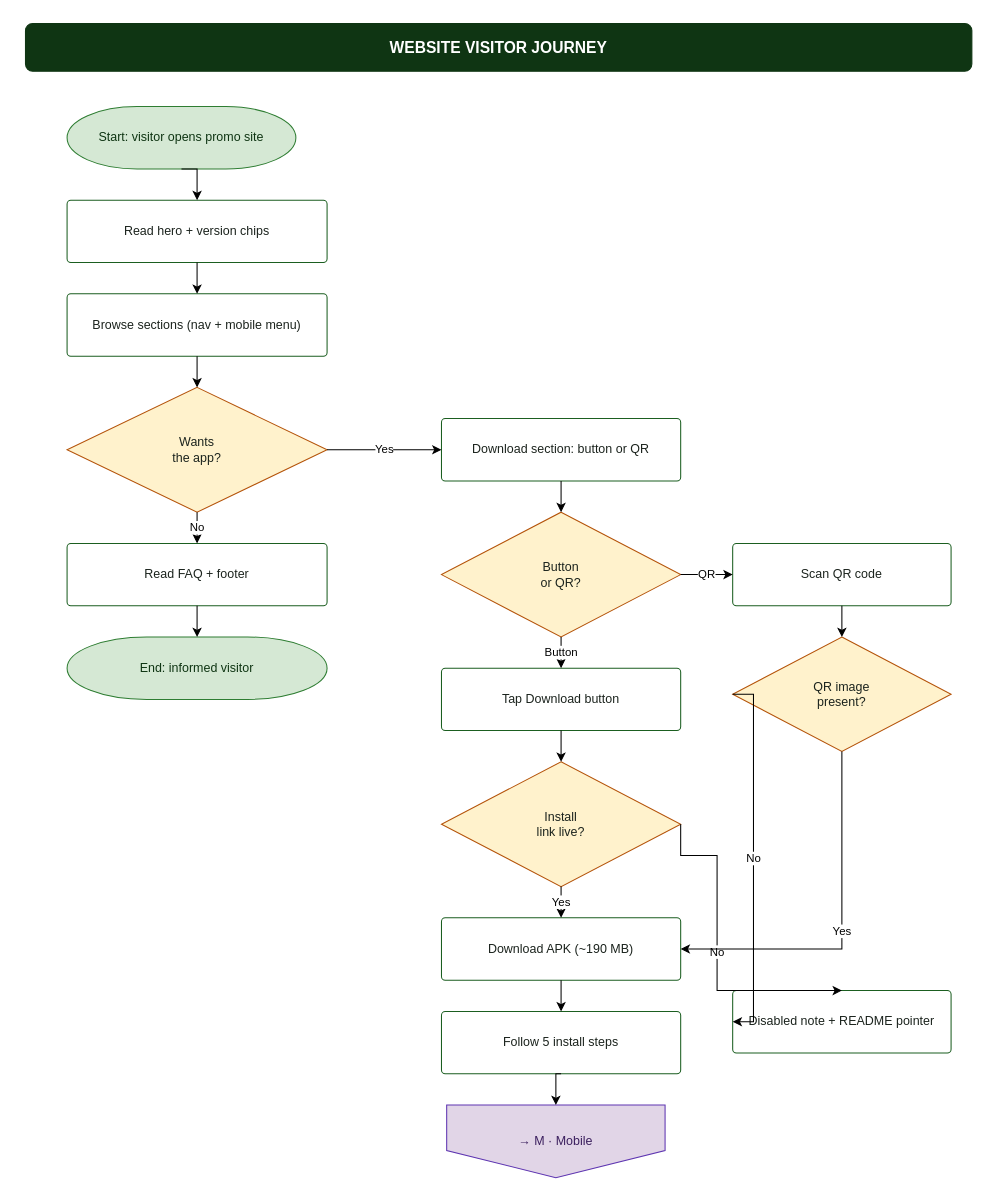
Before: page "Website — Visitor Journey" (2 of 2) of docs/reunio-website-flow.drawio in dibidjims17/Alumni-System, a draw.io diagram. Source tidied: cells renumbered, new cells numbered last; positions are measured from the earlier drawing's top-left corner, leaving out a move shared by most shapes. Both pictures are drawn from the tidied source at 104%, with x=0, y=0 at pixel (25, 23).
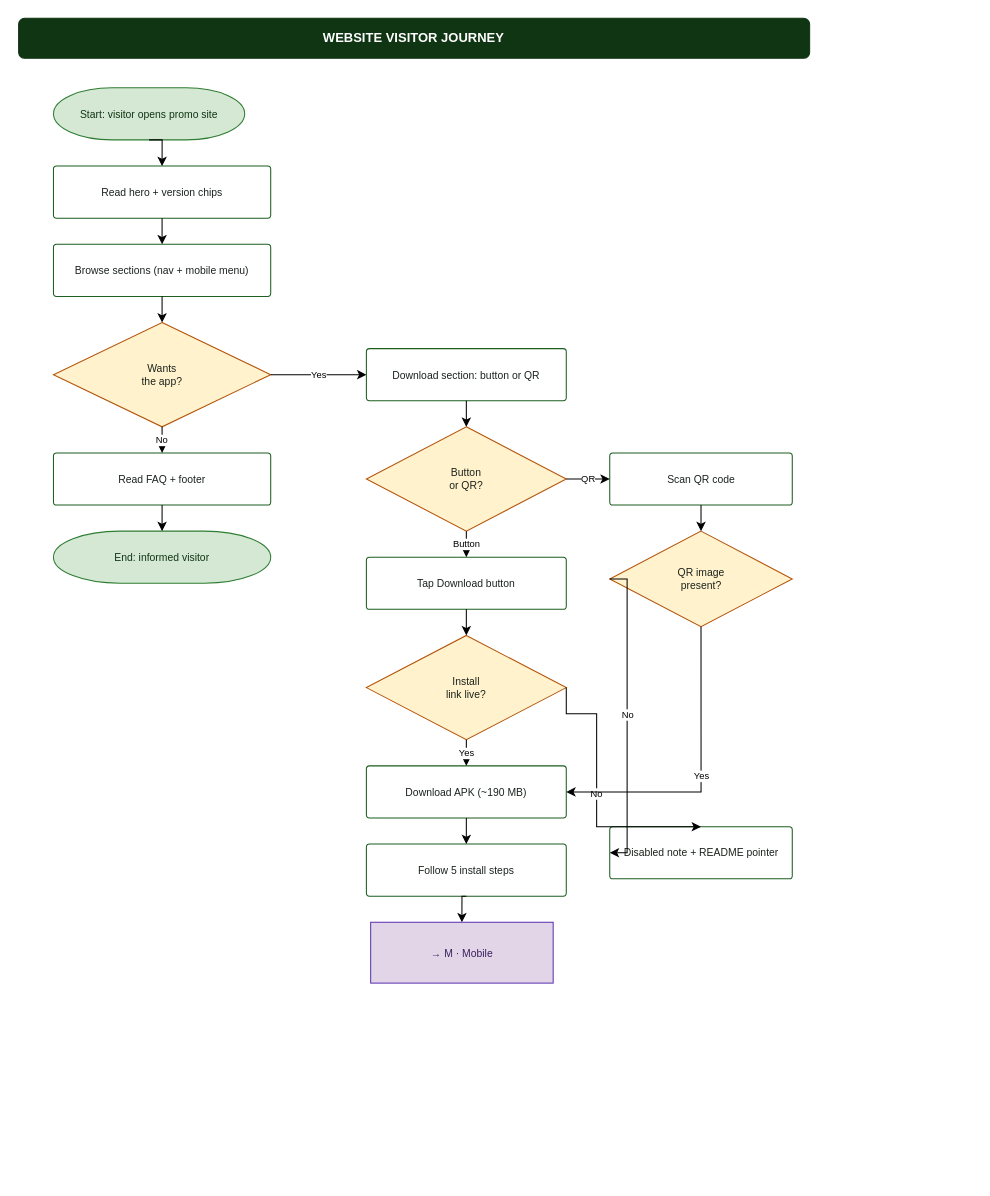
The same page after the edit.

The edit, as a diff of the source:
```diff
@@
-    <mxCell id="2" value="WEBSITE VISITOR JOURNEY" style="rounded=1;whiteSpace=wrap;html=1;fillColor=#0F3513;strokeColor=#0F3513;fontSize=15;fontStyle=1;fontColor=#ffffff;" parent="1" vertex="1">
-      <mxGeometry width="910" height="46" as="geometry" />
+    <mxCell id="2" value="WEBSITE VISITOR JOURNEY" style="rounded=1;whiteSpace=wrap;html=1;fillColor=#0F3513;strokeColor=#0F3513;fontSize=12.5;fontStyle=1;fontColor=#ffffff;" parent="1" vertex="1">
+      <mxGeometry x="-6.6" y="-4.9" width="760.6" height="38.5" as="geometry" />
     </mxCell>
-    <mxCell id="3" value="Start: visitor opens promo site" style="shape=mxgraph.flowchart.terminator;whiteSpace=wrap;html=1;fillColor=#d5e8d4;strokeColor=#2E7D32;fontSize=12;fontColor=#0F3513;" parent="1" vertex="1">
-      <mxGeometry x="40" y="80" width="220" height="60" as="geometry" />
+    <mxCell id="3" value="Start: visitor opens promo site" style="shape=mxgraph.flowchart.terminator;whiteSpace=wrap;html=1;fillColor=#d5e8d4;strokeColor=#2E7D32;fontSize=10;fontColor=#0F3513;" parent="1" vertex="1">
+      <mxGeometry x="26.9" y="61.9" width="183.9" height="50.1" as="geometry" />
     </mxCell>
-    <mxCell id="4" value="Read hero + version chips" style="shape=mxgraph.flowchart.process;whiteSpace=wrap;html=1;fillColor=#ffffff;strokeColor=#1B5E20;fontSize=12;fontColor=#1B231D;" parent="1" vertex="1">
-      <mxGeometry x="40" y="170" width="250" height="60" as="geometry" />
+    <mxCell id="4" value="Read hero + version chips" style="shape=mxgraph.flowchart.process;whiteSpace=wrap;html=1;fillColor=#ffffff;strokeColor=#1B5E20;fontSize=10;fontColor=#1B231D;" parent="1" vertex="1">
+      <mxGeometry x="26.9" y="137.2" width="208.9" height="50.1" as="geometry" />
     </mxCell>
-    <mxCell id="5" value="Browse sections (nav + mobile menu)" style="shape=mxgraph.flowchart.process;whiteSpace=wrap;html=1;fillColor=#ffffff;strokeColor=#1B5E20;fontSize=12;fontColor=#1B231D;" parent="1" vertex="1">
-      <mxGeometry x="40" y="260" width="250" height="60" as="geometry" />
+    <mxCell id="5" value="Browse sections (nav + mobile menu)" style="shape=mxgraph.flowchart.process;whiteSpace=wrap;html=1;fillColor=#ffffff;strokeColor=#1B5E20;fontSize=10;fontColor=#1B231D;" parent="1" vertex="1">
+      <mxGeometry x="26.9" y="212.4" width="208.9" height="50.1" as="geometry" />
     </mxCell>
-    <mxCell id="6" value="Wants&#10;the app?" style="shape=mxgraph.flowchart.decision;whiteSpace=wrap;html=1;fillColor=#fff2cc;strokeColor=#B45309;fontSize=12;fontColor=#1B231D;" parent="1" vertex="1">
-      <mxGeometry x="40" y="350" width="250" height="120" as="geometry" />
+    <mxCell id="6" value="Wants&#10;the app?" style="shape=mxgraph.flowchart.decision;whiteSpace=wrap;html=1;fillColor=#fff2cc;strokeColor=#B45309;fontSize=10;fontColor=#1B231D;" parent="1" vertex="1">
+      <mxGeometry x="26.9" y="287.6" width="208.9" height="100.3" as="geometry" />
     </mxCell>
-    <mxCell id="7" value="Read FAQ + footer" style="shape=mxgraph.flowchart.process;whiteSpace=wrap;html=1;fillColor=#ffffff;strokeColor=#1B5E20;fontSize=12;fontColor=#1B231D;" parent="1" vertex="1">
-      <mxGeometry x="40" y="500" width="250" height="60" as="geometry" />
+    <mxCell id="7" value="Read FAQ + footer" style="shape=mxgraph.flowchart.process;whiteSpace=wrap;html=1;fillColor=#ffffff;strokeColor=#1B5E20;fontSize=10;fontColor=#1B231D;" parent="1" vertex="1">
+      <mxGeometry x="26.9" y="413" width="208.9" height="50.1" as="geometry" />
     </mxCell>
-    <mxCell id="8" value="End: informed visitor" style="shape=mxgraph.flowchart.terminator;whiteSpace=wrap;html=1;fillColor=#d5e8d4;strokeColor=#2E7D32;fontSize=12;fontColor=#0F3513;" parent="1" vertex="1">
-      <mxGeometry x="40" y="590" width="250" height="60" as="geometry" />
+    <mxCell id="8" value="End: informed visitor" style="shape=mxgraph.flowchart.terminator;whiteSpace=wrap;html=1;fillColor=#d5e8d4;strokeColor=#2E7D32;fontSize=10;fontColor=#0F3513;" parent="1" vertex="1">
+      <mxGeometry x="26.9" y="488.2" width="208.9" height="50.1" as="geometry" />
     </mxCell>
-    <mxCell id="9" value="Download section: button or QR" style="shape=mxgraph.flowchart.process;whiteSpace=wrap;html=1;fillColor=#ffffff;strokeColor=#1B5E20;fontSize=12;fontColor=#1B231D;" parent="1" vertex="1">
-      <mxGeometry x="400" y="380" width="230" height="60" as="geometry" />
+    <mxCell id="9" value="Download section: button or QR" style="shape=mxgraph.flowchart.process;whiteSpace=wrap;html=1;fillColor=#ffffff;strokeColor=#1B5E20;fontSize=10;fontColor=#1B231D;" parent="1" vertex="1">
+      <mxGeometry x="327.8" y="312.7" width="192.2" height="50.1" as="geometry" />
     </mxCell>
-    <mxCell id="10" value="Button&#10;or QR?" style="shape=mxgraph.flowchart.decision;whiteSpace=wrap;html=1;fillColor=#fff2cc;strokeColor=#B45309;fontSize=12;fontColor=#1B231D;" parent="1" vertex="1">
-      <mxGeometry x="400" y="470" width="230" height="120" as="geometry" />
+    <mxCell id="10" value="Button&#10;or QR?" style="shape=mxgraph.flowchart.decision;whiteSpace=wrap;html=1;fillColor=#fff2cc;strokeColor=#B45309;fontSize=10;fontColor=#1B231D;" parent="1" vertex="1">
+      <mxGeometry x="327.8" y="387.9" width="192.2" height="100.3" as="geometry" />
     </mxCell>
-    <mxCell id="11" value="Tap Download button" style="shape=mxgraph.flowchart.process;whiteSpace=wrap;html=1;fillColor=#ffffff;strokeColor=#1B5E20;fontSize=12;fontColor=#1B231D;" parent="1" vertex="1">
-      <mxGeometry x="400" y="620" width="230" height="60" as="geometry" />
+    <mxCell id="11" value="Tap Download button" style="shape=mxgraph.flowchart.process;whiteSpace=wrap;html=1;fillColor=#ffffff;strokeColor=#1B5E20;fontSize=10;fontColor=#1B231D;" parent="1" vertex="1">
+      <mxGeometry x="327.8" y="513.3" width="192.2" height="50.1" as="geometry" />
     </mxCell>
-    <mxCell id="12" value="Install&#10;link live?" style="shape=mxgraph.flowchart.decision;whiteSpace=wrap;html=1;fillColor=#fff2cc;strokeColor=#B45309;fontSize=12;fontColor=#1B231D;" parent="1" vertex="1">
-      <mxGeometry x="400" y="710" width="230" height="120" as="geometry" />
+    <mxCell id="12" value="Install&#10;link live?" style="shape=mxgraph.flowchart.decision;whiteSpace=wrap;html=1;fillColor=#fff2cc;strokeColor=#B45309;fontSize=10;fontColor=#1B231D;" parent="1" vertex="1">
+      <mxGeometry x="327.8" y="588.5" width="192.2" height="100.3" as="geometry" />
     </mxCell>
-    <mxCell id="13" value="Download APK (~190 MB)" style="shape=mxgraph.flowchart.process;whiteSpace=wrap;html=1;fillColor=#ffffff;strokeColor=#1B5E20;fontSize=12;fontColor=#1B231D;" parent="1" vertex="1">
-      <mxGeometry x="400" y="860" width="230" height="60" as="geometry" />
+    <mxCell id="13" value="Download APK (~190 MB)" style="shape=mxgraph.flowchart.process;whiteSpace=wrap;html=1;fillColor=#ffffff;strokeColor=#1B5E20;fontSize=10;fontColor=#1B231D;" parent="1" vertex="1">
+      <mxGeometry x="327.8" y="713.9" width="192.2" height="50.1" as="geometry" />
     </mxCell>
-    <mxCell id="14" value="Scan QR code" style="shape=mxgraph.flowchart.process;whiteSpace=wrap;html=1;fillColor=#ffffff;strokeColor=#1B5E20;fontSize=12;fontColor=#1B231D;" parent="1" vertex="1">
-      <mxGeometry x="680" y="500" width="210" height="60" as="geometry" />
+    <mxCell id="14" value="Scan QR code" style="shape=mxgraph.flowchart.process;whiteSpace=wrap;html=1;fillColor=#ffffff;strokeColor=#1B5E20;fontSize=10;fontColor=#1B231D;" parent="1" vertex="1">
+      <mxGeometry x="561.8" y="413" width="175.5" height="50.1" as="geometry" />
     </mxCell>
-    <mxCell id="15" value="QR image&#10;present?" style="shape=mxgraph.flowchart.decision;whiteSpace=wrap;html=1;fillColor=#fff2cc;strokeColor=#B45309;fontSize=12;fontColor=#1B231D;" parent="1" vertex="1">
-      <mxGeometry x="680" y="590" width="210" height="110" as="geometry" />
+    <mxCell id="15" value="QR image&#10;present?" style="shape=mxgraph.flowchart.decision;whiteSpace=wrap;html=1;fillColor=#fff2cc;strokeColor=#B45309;fontSize=10;fontColor=#1B231D;" parent="1" vertex="1">
+      <mxGeometry x="561.8" y="488.2" width="175.5" height="91.9" as="geometry" />
     </mxCell>
-    <mxCell id="16" value="Disabled note + README pointer" style="shape=mxgraph.flowchart.process;whiteSpace=wrap;html=1;fillColor=#ffffff;strokeColor=#1B5E20;fontSize=12;fontColor=#1B231D;" parent="1" vertex="1">
-      <mxGeometry x="680" y="930" width="210" height="60" as="geometry" />
+    <mxCell id="16" value="Disabled note + README pointer" style="shape=mxgraph.flowchart.process;whiteSpace=wrap;html=1;fillColor=#ffffff;strokeColor=#1B5E20;fontSize=10;fontColor=#1B231D;" parent="1" vertex="1">
+      <mxGeometry x="561.8" y="772.4" width="175.5" height="50.1" as="geometry" />
     </mxCell>
-    <mxCell id="17" value="Follow 5 install steps" style="shape=mxgraph.flowchart.process;whiteSpace=wrap;html=1;fillColor=#ffffff;strokeColor=#1B5E20;fontSize=12;fontColor=#1B231D;" parent="1" vertex="1">
-      <mxGeometry x="400" y="950" width="230" height="60" as="geometry" />
+    <mxCell id="17" value="Follow 5 install steps" style="shape=mxgraph.flowchart.process;whiteSpace=wrap;html=1;fillColor=#ffffff;strokeColor=#1B5E20;fontSize=10;fontColor=#1B231D;" parent="1" vertex="1">
+      <mxGeometry x="327.8" y="789.1" width="192.2" height="50.1" as="geometry" />
     </mxCell>
-    <mxCell id="18" value="→ M · Mobile" style="shape=offPageConnector;whiteSpace=wrap;html=1;fillColor=#e1d5e7;strokeColor=#5e35b1;fontSize=12;fontColor=#3b1f5e;" parent="1" vertex="1">
-      <mxGeometry x="405" y="1040" width="210" height="70" as="geometry" />
+    <mxCell id="18" value="→ M · Mobile" style="shape=rectangle;rounded=0;whiteSpace=wrap;html=1;fillColor=#e1d5e7;strokeColor=#5e35b1;fontSize=10;fontColor=#3b1f5e;" parent="1" vertex="1">
+      <mxGeometry x="331.9" y="864.3" width="175.5" height="58.5" as="geometry" />
     </mxCell>
-    <mxCell id="19" style="edgeStyle=orthogonalEdgeStyle;rounded=0;jettySize=auto;html=1;endArrow=classic;endFill=1;fontSize=11;exitX=0.5;exitY=1;exitDx=0;exitDy=0;entryX=0.5;entryY=0;entryDx=0;entryDy=0;" parent="1" edge="1" source="3" target="4">
+    <mxCell id="19" style="edgeStyle=orthogonalEdgeStyle;rounded=0;jettySize=auto;html=1;endArrow=classic;endFill=1;fontSize=9;exitX=0.5;exitY=1;exitDx=0;exitDy=0;entryX=0.5;entryY=0;entryDx=0;entryDy=0;" parent="1" edge="1" source="3" target="4">
       <mxGeometry relative="1" as="geometry" />
     </mxCell>
-    <mxCell id="20" style="edgeStyle=orthogonalEdgeStyle;rounded=0;jettySize=auto;html=1;endArrow=classic;endFill=1;fontSize=11;exitX=0.5;exitY=1;exitDx=0;exitDy=0;entryX=0.5;entryY=0;entryDx=0;entryDy=0;" parent="1" edge="1" source="4" target="5">
+    <mxCell id="20" style="edgeStyle=orthogonalEdgeStyle;rounded=0;jettySize=auto;html=1;endArrow=classic;endFill=1;fontSize=9;exitX=0.5;exitY=1;exitDx=0;exitDy=0;entryX=0.5;entryY=0;entryDx=0;entryDy=0;" parent="1" edge="1" source="4" target="5">
       <mxGeometry relative="1" as="geometry" />
     </mxCell>
-    <mxCell id="21" style="edgeStyle=orthogonalEdgeStyle;rounded=0;jettySize=auto;html=1;endArrow=classic;endFill=1;fontSize=11;exitX=0.5;exitY=1;exitDx=0;exitDy=0;entryX=0.5;entryY=0;entryDx=0;entryDy=0;" parent="1" edge="1" source="5" target="6">
+    <mxCell id="21" style="edgeStyle=orthogonalEdgeStyle;rounded=0;jettySize=auto;html=1;endArrow=classic;endFill=1;fontSize=9;exitX=0.5;exitY=1;exitDx=0;exitDy=0;entryX=0.5;entryY=0;entryDx=0;entryDy=0;" parent="1" edge="1" source="5" target="6">
       <mxGeometry relative="1" as="geometry" />
     </mxCell>
-    <mxCell id="22" value="No" style="edgeStyle=orthogonalEdgeStyle;rounded=0;jettySize=auto;html=1;endArrow=classic;endFill=1;fontSize=11;exitX=0.5;exitY=1;exitDx=0;exitDy=0;entryX=0.5;entryY=0;entryDx=0;entryDy=0;" parent="1" edge="1" source="6" target="7">
+    <mxCell id="22" value="No" style="edgeStyle=orthogonalEdgeStyle;rounded=0;jettySize=auto;html=1;endArrow=classic;endFill=1;fontSize=9;exitX=0.5;exitY=1;exitDx=0;exitDy=0;entryX=0.5;entryY=0;entryDx=0;entryDy=0;" parent="1" edge="1" source="6" target="7">
       <mxGeometry relative="1" as="geometry" />
     </mxCell>
-    <mxCell id="23" style="edgeStyle=orthogonalEdgeStyle;rounded=0;jettySize=auto;html=1;endArrow=classic;endFill=1;fontSize=11;exitX=0.5;exitY=1;exitDx=0;exitDy=0;entryX=0.5;entryY=0;entryDx=0;entryDy=0;" parent="1" edge="1" source="7" target="8">
+    <mxCell id="23" style="edgeStyle=orthogonalEdgeStyle;rounded=0;jettySize=auto;html=1;endArrow=classic;endFill=1;fontSize=9;exitX=0.5;exitY=1;exitDx=0;exitDy=0;entryX=0.5;entryY=0;entryDx=0;entryDy=0;" parent="1" edge="1" source="7" target="8">
       <mxGeometry relative="1" as="geometry" />
     </mxCell>
-    <mxCell id="24" value="Yes" style="edgeStyle=orthogonalEdgeStyle;rounded=0;jettySize=auto;html=1;endArrow=classic;endFill=1;fontSize=11;exitX=1;exitY=0.5;exitDx=0;exitDy=0;entryX=0;entryY=0.5;entryDx=0;entryDy=0;" parent="1" edge="1" source="6" target="9">
+    <mxCell id="24" value="Yes" style="edgeStyle=orthogonalEdgeStyle;rounded=0;jettySize=auto;html=1;endArrow=classic;endFill=1;fontSize=9;exitX=1;exitY=0.5;exitDx=0;exitDy=0;entryX=0;entryY=0.5;entryDx=0;entryDy=0;" parent="1" edge="1" source="6" target="9">
       <mxGeometry relative="1" as="geometry" />
     </mxCell>
-    <mxCell id="25" style="edgeStyle=orthogonalEdgeStyle;rounded=0;jettySize=auto;html=1;endArrow=classic;endFill=1;fontSize=11;exitX=0.5;exitY=1;exitDx=0;exitDy=0;entryX=0.5;entryY=0;entryDx=0;entryDy=0;" parent="1" edge="1" source="9" target="10">
+    <mxCell id="25" style="edgeStyle=orthogonalEdgeStyle;rounded=0;jettySize=auto;html=1;endArrow=classic;endFill=1;fontSize=9;exitX=0.5;exitY=1;exitDx=0;exitDy=0;entryX=0.5;entryY=0;entryDx=0;entryDy=0;" parent="1" edge="1" source="9" target="10">
       <mxGeometry relative="1" as="geometry" />
     </mxCell>
-    <mxCell id="26" value="Button" style="edgeStyle=orthogonalEdgeStyle;rounded=0;jettySize=auto;html=1;endArrow=classic;endFill=1;fontSize=11;exitX=0.5;exitY=1;exitDx=0;exitDy=0;entryX=0.5;entryY=0;entryDx=0;entryDy=0;" parent="1" edge="1" source="10" target="11">
+    <mxCell id="26" value="Button" style="edgeStyle=orthogonalEdgeStyle;rounded=0;jettySize=auto;html=1;endArrow=classic;endFill=1;fontSize=9;exitX=0.5;exitY=1;exitDx=0;exitDy=0;entryX=0.5;entryY=0;entryDx=0;entryDy=0;" parent="1" edge="1" source="10" target="11">
       <mxGeometry relative="1" as="geometry" />
     </mxCell>
-    <mxCell id="27" value="QR" style="edgeStyle=orthogonalEdgeStyle;rounded=0;jettySize=auto;html=1;endArrow=classic;endFill=1;fontSize=11;exitX=1;exitY=0.5;exitDx=0;exitDy=0;entryX=0;entryY=0.5;entryDx=0;entryDy=0;" parent="1" edge="1" source="10" target="14">
+    <mxCell id="27" value="QR" style="edgeStyle=orthogonalEdgeStyle;rounded=0;jettySize=auto;html=1;endArrow=classic;endFill=1;fontSize=9;exitX=1;exitY=0.5;exitDx=0;exitDy=0;entryX=0;entryY=0.5;entryDx=0;entryDy=0;" parent="1" edge="1" source="10" target="14">
       <mxGeometry relative="1" as="geometry" />
     </mxCell>
-    <mxCell id="28" style="edgeStyle=orthogonalEdgeStyle;rounded=0;jettySize=auto;html=1;endArrow=classic;endFill=1;fontSize=11;exitX=0.5;exitY=1;exitDx=0;exitDy=0;entryX=0.5;entryY=0;entryDx=0;entryDy=0;" parent="1" edge="1" source="11" target="12">
+    <mxCell id="28" style="edgeStyle=orthogonalEdgeStyle;rounded=0;jettySize=auto;html=1;endArrow=classic;endFill=1;fontSize=9;exitX=0.5;exitY=1;exitDx=0;exitDy=0;entryX=0.5;entryY=0;entryDx=0;entryDy=0;" parent="1" edge="1" source="11" target="12">
       <mxGeometry relative="1" as="geometry" />
     </mxCell>
-    <mxCell id="29" value="Yes" style="edgeStyle=orthogonalEdgeStyle;rounded=0;jettySize=auto;html=1;endArrow=classic;endFill=1;fontSize=11;exitX=0.5;exitY=1;exitDx=0;exitDy=0;entryX=0.5;entryY=0;entryDx=0;entryDy=0;" parent="1" edge="1" source="12" target="13">
+    <mxCell id="29" value="Yes" style="edgeStyle=orthogonalEdgeStyle;rounded=0;jettySize=auto;html=1;endArrow=classic;endFill=1;fontSize=9;exitX=0.5;exitY=1;exitDx=0;exitDy=0;entryX=0.5;entryY=0;entryDx=0;entryDy=0;" parent="1" edge="1" source="12" target="13">
       <mxGeometry relative="1" as="geometry" />
     </mxCell>
-    <mxCell id="30" value="No" style="edgeStyle=orthogonalEdgeStyle;rounded=0;jettySize=auto;html=1;endArrow=classic;endFill=1;fontSize=11;exitX=1;exitY=0.5;exitDx=0;exitDy=0;entryX=0.5;entryY=0;entryDx=0;entryDy=0;" parent="1" edge="1" source="12" target="16">
+    <mxCell id="30" value="No" style="edgeStyle=orthogonalEdgeStyle;rounded=0;jettySize=auto;html=1;endArrow=classic;endFill=1;fontSize=9;exitX=1;exitY=0.5;exitDx=0;exitDy=0;entryX=0.5;entryY=0;entryDx=0;entryDy=0;" parent="1" edge="1" source="12" target="16">
       <mxGeometry relative="1" as="geometry">
         <Array as="points">
-          <mxPoint x="665" y="800" />
-          <mxPoint x="665" y="930" />
+          <mxPoint x="549.2" y="663.7" />
+          <mxPoint x="549.2" y="772.4" />
         </Array>
       </mxGeometry>
     </mxCell>
-    <mxCell id="31" style="edgeStyle=orthogonalEdgeStyle;rounded=0;jettySize=auto;html=1;endArrow=classic;endFill=1;fontSize=11;exitX=0.5;exitY=1;exitDx=0;exitDy=0;entryX=0.5;entryY=0;entryDx=0;entryDy=0;" parent="1" edge="1" source="14" target="15">
+    <mxCell id="31" style="edgeStyle=orthogonalEdgeStyle;rounded=0;jettySize=auto;html=1;endArrow=classic;endFill=1;fontSize=9;exitX=0.5;exitY=1;exitDx=0;exitDy=0;entryX=0.5;entryY=0;entryDx=0;entryDy=0;" parent="1" edge="1" source="14" target="15">
       <mxGeometry relative="1" as="geometry" />
     </mxCell>
-    <mxCell id="32" value="Yes" style="edgeStyle=orthogonalEdgeStyle;rounded=0;jettySize=auto;html=1;endArrow=classic;endFill=1;fontSize=11;exitX=0.5;exitY=1;exitDx=0;exitDy=0;entryX=1;entryY=0.5;entryDx=0;entryDy=0;" parent="1" edge="1" source="15" target="13">
+    <mxCell id="32" value="Yes" style="edgeStyle=orthogonalEdgeStyle;rounded=0;jettySize=auto;html=1;endArrow=classic;endFill=1;fontSize=9;exitX=0.5;exitY=1;exitDx=0;exitDy=0;entryX=1;entryY=0.5;entryDx=0;entryDy=0;" parent="1" edge="1" source="15" target="13">
       <mxGeometry relative="1" as="geometry">
         <Array as="points">
-          <mxPoint x="785" y="890" />
+          <mxPoint x="649.5" y="738.9" />
         </Array>
       </mxGeometry>
     </mxCell>
-    <mxCell id="33" value="No" style="edgeStyle=orthogonalEdgeStyle;rounded=0;jettySize=auto;html=1;endArrow=classic;endFill=1;fontSize=11;exitX=0;exitY=0.5;exitDx=0;exitDy=0;entryX=0;entryY=0.5;entryDx=0;entryDy=0;" parent="1" edge="1" source="15" target="16">
+    <mxCell id="33" value="No" style="edgeStyle=orthogonalEdgeStyle;rounded=0;jettySize=auto;html=1;endArrow=classic;endFill=1;fontSize=9;exitX=0;exitY=0.5;exitDx=0;exitDy=0;entryX=0;entryY=0.5;entryDx=0;entryDy=0;" parent="1" edge="1" source="15" target="16">
       <mxGeometry relative="1" as="geometry">
         <Array as="points">
-          <mxPoint x="700" y="645" />
-          <mxPoint x="700" y="960" />
+          <mxPoint x="578.5" y="534.2" />
+          <mxPoint x="578.5" y="797.4" />
         </Array>
       </mxGeometry>
     </mxCell>
-    <mxCell id="34" style="edgeStyle=orthogonalEdgeStyle;rounded=0;jettySize=auto;html=1;endArrow=classic;endFill=1;fontSize=11;exitX=0.5;exitY=1;exitDx=0;exitDy=0;entryX=0.5;entryY=0;entryDx=0;entryDy=0;" parent="1" edge="1" source="13" target="17">
+    <mxCell id="34" style="edgeStyle=orthogonalEdgeStyle;rounded=0;jettySize=auto;html=1;endArrow=classic;endFill=1;fontSize=9;exitX=0.5;exitY=1;exitDx=0;exitDy=0;entryX=0.5;entryY=0;entryDx=0;entryDy=0;" parent="1" edge="1" source="13" target="17">
       <mxGeometry relative="1" as="geometry" />
     </mxCell>
-    <mxCell id="35" style="edgeStyle=orthogonalEdgeStyle;rounded=0;jettySize=auto;html=1;endArrow=classic;endFill=1;fontSize=11;exitX=0.5;exitY=1;exitDx=0;exitDy=0;entryX=0.5;entryY=0;entryDx=0;entryDy=0;" parent="1" edge="1" source="17" target="18">
+    <mxCell id="35" style="edgeStyle=orthogonalEdgeStyle;rounded=0;jettySize=auto;html=1;endArrow=classic;endFill=1;fontSize=9;exitX=0.5;exitY=1;exitDx=0;exitDy=0;entryX=0.5;entryY=0;entryDx=0;entryDy=0;" parent="1" edge="1" source="17" target="18">
       <mxGeometry relative="1" as="geometry" />
     </mxCell>
```
